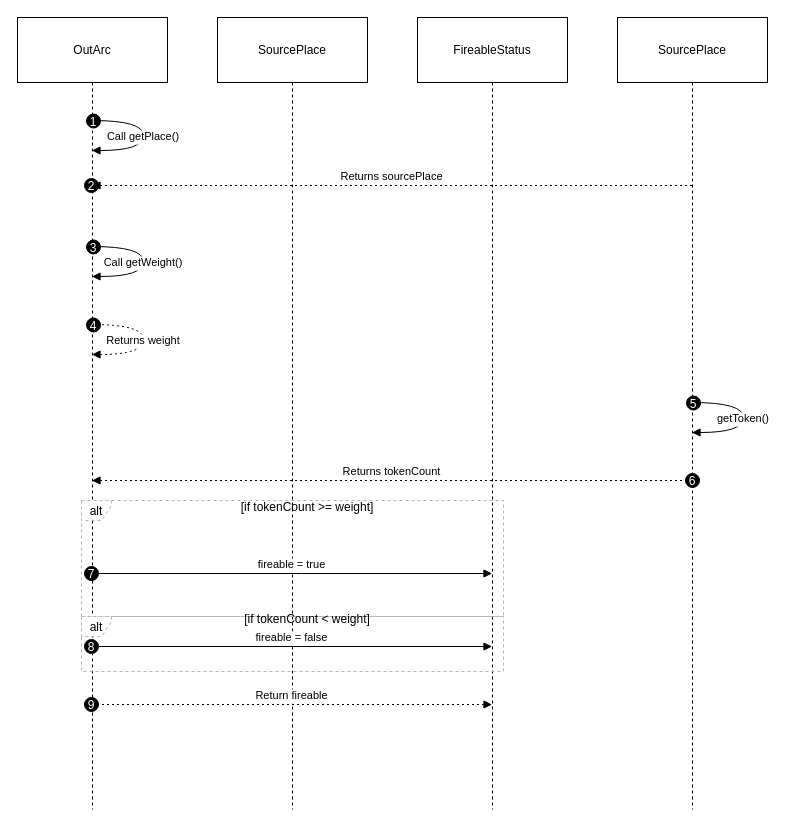
The draw.io diagram page "OutArc.isFireable()" (10 of 11) of Docs/Modelling/PetriNetwork.drawio in MRJPEREZR/PetriNetwork, before the edit. Source tidied: cells renumbered, new cells numbered last; positions are measured from the earlier drawing's top-left corner, leaving out a move shared by most shapes. Both pictures are drawn from the tidied source at 100%, with x=0, y=0 at pixel (17, 17).
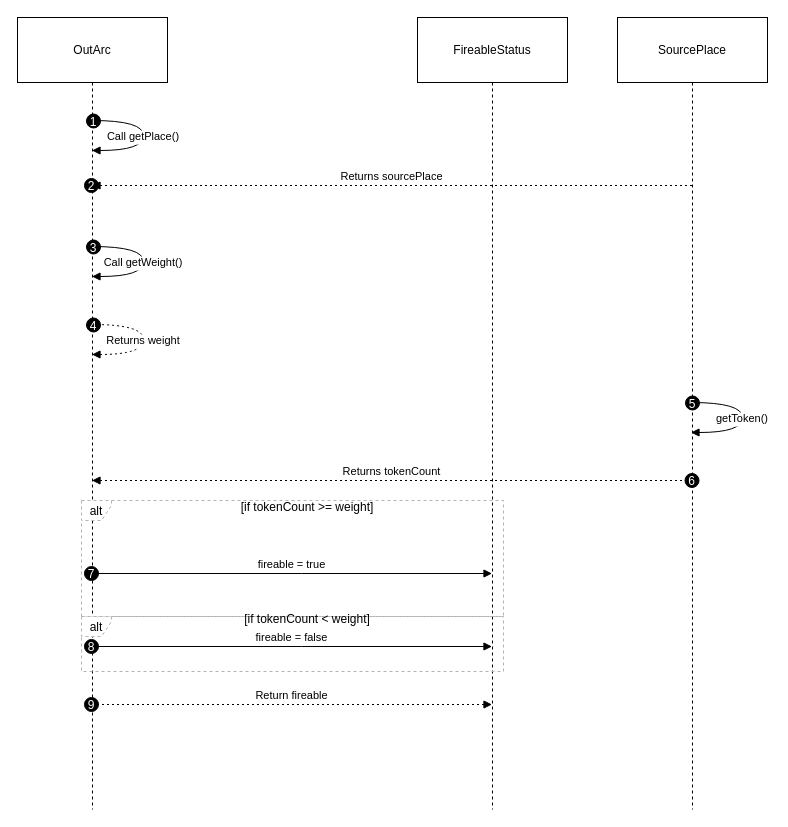
After the change.

Unchanged cells that the change refers to:
```xml
<mxCell id="5" value="SourcePlace" style="shape=umlLifeline;perimeter=lifelinePerimeter;whiteSpace=wrap;outlineConnect=0;portConstraint=eastwest;newEdgeStyle={&quot;edgeStyle&quot;:&quot;elbowEdgeStyle&quot;,&quot;elbow&quot;:&quot;vertical&quot;,&quot;curved&quot;:0,&quot;rounded&quot;:0};size=65;" parent="1" vertex="1">
  <mxGeometry x="600" width="150" height="792" as="geometry" />
</mxCell>
<mxCell id="19" value="Returns tokenCount" style="verticalAlign=bottom;edgeStyle=elbowEdgeStyle;elbow=vertical;curved=0;rounded=0;dashed=1;dashPattern=2 3;endArrow=block;" parent="1" edge="1" source="5" target="2">
  <mxGeometry relative="1" as="geometry">
    <Array as="points">
      <mxPoint x="387" y="463" />
    </Array>
  </mxGeometry>
</mxCell>
```

Diff of the diagram source:
```diff
@@
-    <mxCell id="3" value="SourcePlace" style="shape=umlLifeline;perimeter=lifelinePerimeter;whiteSpace=wrap;newEdgeStyle={&quot;edgeStyle&quot;:&quot;elbowEdgeStyle&quot;,&quot;elbow&quot;:&quot;vertical&quot;,&quot;curved&quot;:0,&quot;rounded&quot;:0};size=65;" parent="1" vertex="1">
-      <mxGeometry x="200" width="150" height="792" as="geometry" />
-    </mxCell>
@@
-    <mxCell id="17" value="getToken()" style="curved=1;endArrow=block;rounded=0;" parent="1" edge="1" source="5" target="5">
+    <mxCell id="17" value="getToken()" style="curved=1;endArrow=block;rounded=0;" parent="1" edge="1">
       <mxGeometry relative="1" as="geometry">
+        <mxPoint x="673.5" y="385" as="sourcePoint" />
+        <mxPoint x="673.5" y="415" as="targetPoint" />
         <Array as="points">
-          <mxPoint x="726" y="385" />
-          <mxPoint x="726" y="415" />
+          <mxPoint x="725" y="385" />
+          <mxPoint x="725" y="415" />
         </Array>
       </mxGeometry>
     </mxCell>
@@
     <mxCell id="20" value="6" style="ellipse;fillColor=#000000;align=center;fontColor=#FFFFFF;" parent="19" vertex="1">
       <mxGeometry width="14" height="14" relative="1" as="geometry">
-        <mxPoint x="293.5" y="-7" as="offset" />
+        <mxPoint x="293" y="-7" as="offset" />
       </mxGeometry>
     </mxCell>
```
